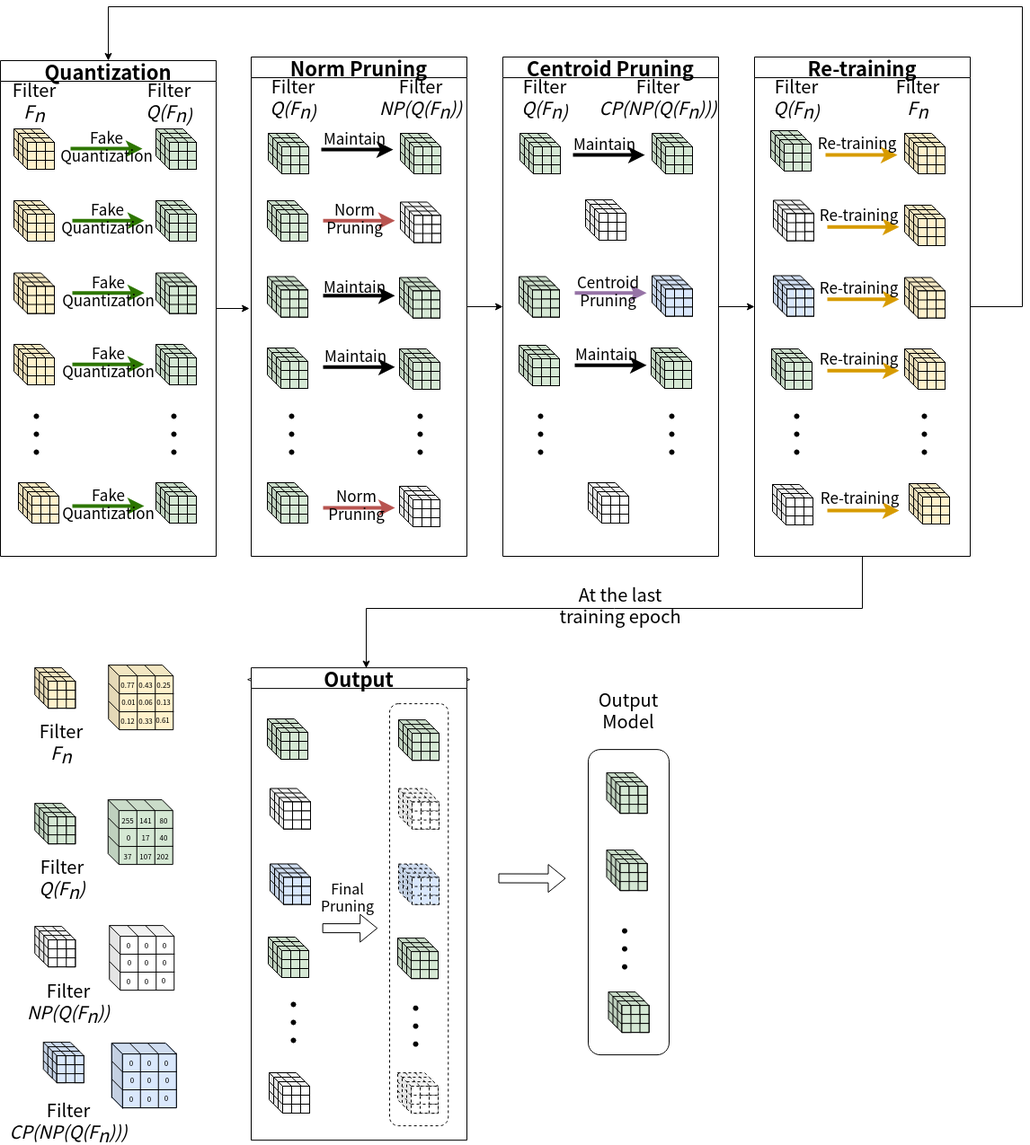
The draw.io diagram Oneshot3.drawio.png in JIANGBOFENG/MY_GIT_Repo, before a commit. Source tidied: cells renumbered, new cells last; positions are measured from the earlier drawing's top-left corner, leaving out a move shared by most shapes.
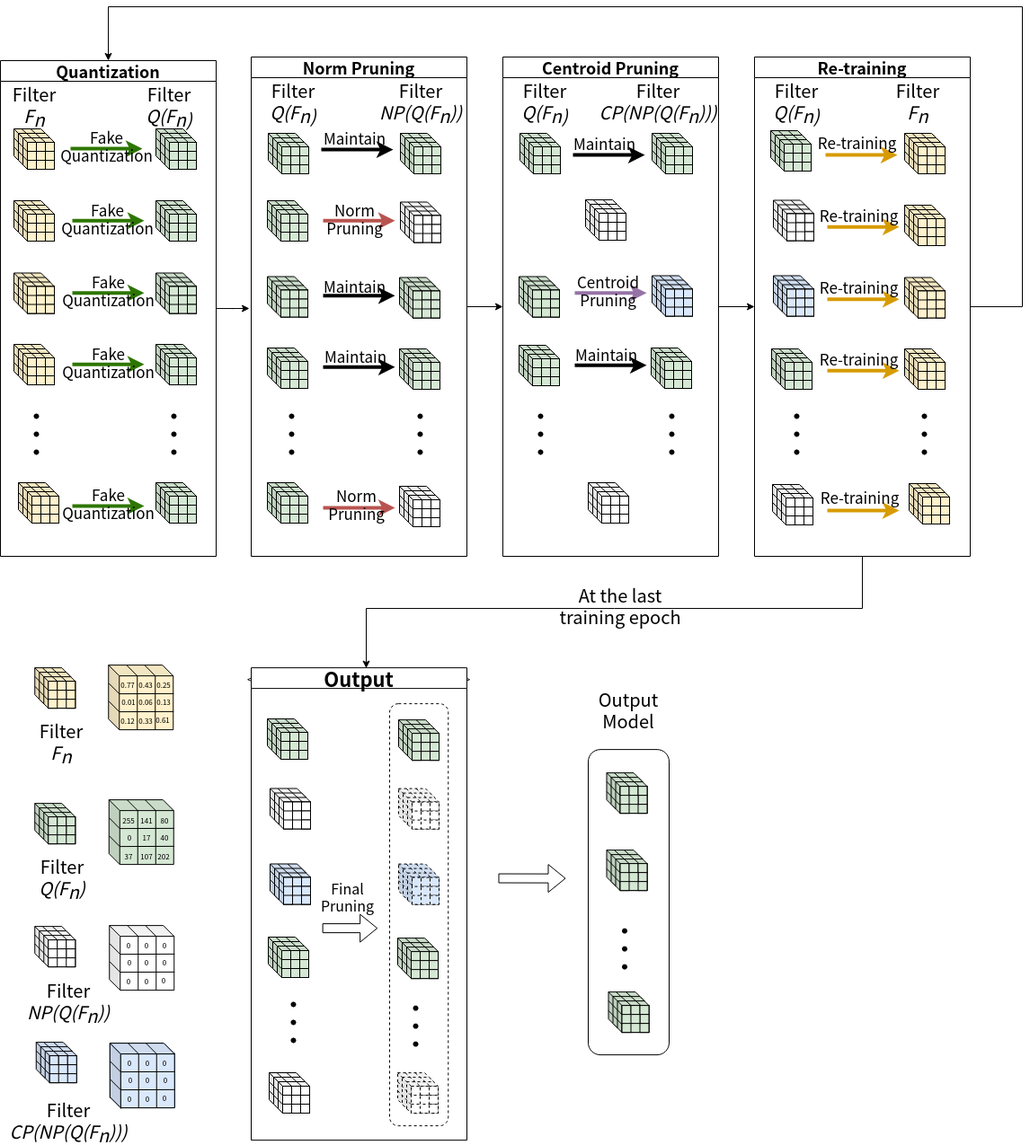
After the commit.

What changed in the source:
```diff
@@ -7,7 +7,7 @@
         <mxPoint x="277" y="336" as="targetPoint" />
       </mxGeometry>
     </mxCell>
-    <mxCell id="3" value="Quantization" style="swimlane;fontSize=22;startSize=23;" parent="1" vertex="1">
+    <mxCell id="3" value="Quantization" style="swimlane;fontSize=18;startSize=23;" parent="1" vertex="1">
       <mxGeometry y="60" width="240" height="552" as="geometry" />
     </mxCell>
     <mxCell id="4" style="group;strokeColor=none;fillColor=none;fontFamily=Helvetica;fontSize=12;fontColor=default;" parent="3" vertex="1">
@@ -730,10 +730,10 @@
       </mxGeometry>
     </mxCell>
     <mxCell id="192" value="Filter &lt;i style=&quot;font-size: 20px;&quot;&gt;F&lt;sub style=&quot;font-size: 20px;&quot;&gt;n&lt;/sub&gt;&lt;/i&gt;&lt;sub style=&quot;font-size: 20px;&quot;&gt;&lt;i style=&quot;font-size: 20px;&quot;&gt;&lt;br style=&quot;font-size: 20px;&quot;&gt;&lt;/i&gt;&lt;/sub&gt;" style="text;html=1;strokeColor=none;fillColor=none;align=center;verticalAlign=middle;whiteSpace=wrap;rounded=0;fontSize=20;fontStyle=0;" parent="3" vertex="1">
-      <mxGeometry x="7.5" y="30" width="60" height="30" as="geometry" />
+      <mxGeometry x="7.5" y="35" width="60" height="30" as="geometry" />
     </mxCell>
     <mxCell id="193" value="Filter &lt;i style=&quot;font-size: 20px;&quot;&gt;Q(F&lt;sub style=&quot;font-size: 20px;&quot;&gt;n)&lt;/sub&gt;&lt;/i&gt;&lt;sub style=&quot;font-size: 20px;&quot;&gt;&lt;i style=&quot;font-size: 20px;&quot;&gt;&lt;br style=&quot;font-size: 20px;&quot;&gt;&lt;/i&gt;&lt;/sub&gt;" style="text;html=1;strokeColor=none;fillColor=none;align=center;verticalAlign=middle;whiteSpace=wrap;rounded=0;fontSize=20;fontStyle=0;" parent="3" vertex="1">
-      <mxGeometry x="150" y="30" width="75.5" height="30" as="geometry" />
+      <mxGeometry x="150" y="35" width="75.5" height="30" as="geometry" />
     </mxCell>
     <mxCell id="194" style="group;" parent="3" vertex="1">
       <mxGeometry x="173" y="167" width="14.8" height="25.2" as="geometry" />
@@ -813,7 +813,7 @@
     <mxCell id="209" style="group;" parent="1" vertex="1">
       <mxGeometry x="279" y="86" width="240" height="526" as="geometry" />
     </mxCell>
-    <mxCell id="210" value="Norm Pruning" style="swimlane;fontSize=22;" parent="209" vertex="1">
+    <mxCell id="210" value="Norm Pruning" style="swimlane;fontSize=18;" parent="209" vertex="1">
       <mxGeometry y="-30" width="240" height="556" as="geometry" />
     </mxCell>
     <mxCell id="211" style="group;" parent="210" vertex="1">
@@ -1119,7 +1119,7 @@
       </mxGeometry>
     </mxCell>
     <mxCell id="288" value="Filter &lt;i style=&quot;font-size: 20px;&quot;&gt;Q(F&lt;sub style=&quot;font-size: 20px;&quot;&gt;n)&lt;/sub&gt;&lt;/i&gt;&lt;sub style=&quot;font-size: 20px;&quot;&gt;&lt;i style=&quot;font-size: 20px;&quot;&gt;&lt;br style=&quot;font-size: 20px;&quot;&gt;&lt;/i&gt;&lt;/sub&gt;" style="text;html=1;strokeColor=none;fillColor=none;align=center;verticalAlign=middle;whiteSpace=wrap;rounded=0;fontSize=20;fontStyle=0;" parent="210" vertex="1">
-      <mxGeometry x="9" y="30" width="75.5" height="30" as="geometry" />
+      <mxGeometry x="9" y="35" width="75.5" height="30" as="geometry" />
     </mxCell>
     <mxCell id="289" style="group;" parent="210" vertex="1">
       <mxGeometry x="166" y="161.5" width="45" height="45" as="geometry" />
@@ -1240,7 +1240,7 @@
       </mxGeometry>
     </mxCell>
     <mxCell id="317" value="Filter &lt;i style=&quot;font-size: 20px;&quot;&gt;NP(&lt;/i&gt;&lt;i style=&quot;font-size: 20px;&quot;&gt;Q(F&lt;sub style=&quot;font-size: 20px;&quot;&gt;n&lt;/sub&gt;&lt;/i&gt;&lt;i style=&quot;font-size: 20px;&quot;&gt;)&lt;/i&gt;&lt;i style=&quot;font-size: 20px;&quot;&gt;)&lt;/i&gt;&lt;sub style=&quot;font-size: 20px;&quot;&gt;&lt;i style=&quot;font-size: 20px;&quot;&gt;&lt;br style=&quot;font-size: 20px;&quot;&gt;&lt;/i&gt;&lt;/sub&gt;" style="text;html=1;strokeColor=none;fillColor=none;align=center;verticalAlign=middle;whiteSpace=wrap;rounded=0;fontSize=20;fontStyle=0;" parent="210" vertex="1">
-      <mxGeometry x="150.8" y="30" width="75.5" height="30" as="geometry" />
+      <mxGeometry x="150.8" y="35" width="75.5" height="30" as="geometry" />
     </mxCell>
     <mxCell id="318" style="group;labelBackgroundColor=none;fontSize=8;" parent="210" vertex="1">
       <mxGeometry x="25" y="380" width="40" height="80" as="geometry" />
@@ -1488,7 +1488,7 @@
     <mxCell id="383" style="group;" parent="1" vertex="1">
       <mxGeometry x="559" y="86" width="240" height="526" as="geometry" />
     </mxCell>
-    <mxCell id="384" value="Centroid Pruning" style="swimlane;fontSize=22;" parent="383" vertex="1">
+    <mxCell id="384" value="Centroid Pruning" style="swimlane;fontSize=18;" parent="383" vertex="1">
       <mxGeometry y="-30" width="240" height="556" as="geometry" />
     </mxCell>
     <mxCell id="385" style="group;" parent="384" vertex="1">
@@ -1814,7 +1814,7 @@
       </mxGeometry>
     </mxCell>
     <mxCell id="468" value="Filter &lt;i style=&quot;font-size: 20px;&quot;&gt;Q(F&lt;sub style=&quot;font-size: 20px;&quot;&gt;n)&lt;/sub&gt;&lt;/i&gt;&lt;sub style=&quot;font-size: 20px;&quot;&gt;&lt;i style=&quot;font-size: 20px;&quot;&gt;&lt;br style=&quot;font-size: 20px;&quot;&gt;&lt;/i&gt;&lt;/sub&gt;" style="text;html=1;strokeColor=none;fillColor=none;align=center;verticalAlign=middle;whiteSpace=wrap;rounded=0;fontSize=20;fontStyle=0;" parent="384" vertex="1">
-      <mxGeometry x="9" y="30" width="75.5" height="30" as="geometry" />
+      <mxGeometry x="9" y="35" width="75.5" height="30" as="geometry" />
     </mxCell>
     <mxCell id="469" style="group;fillColor=none;strokeColor=none;" parent="384" vertex="1">
       <mxGeometry x="166" y="243.5" width="45" height="45" as="geometry" />
@@ -1905,7 +1905,7 @@
       </mxGeometry>
     </mxCell>
     <mxCell id="491" value="Filter &lt;i style=&quot;font-size: 20px;&quot;&gt;CP(NP(&lt;/i&gt;&lt;i style=&quot;font-size: 20px;&quot;&gt;Q(F&lt;sub style=&quot;font-size: 20px;&quot;&gt;n&lt;/sub&gt;&lt;/i&gt;&lt;i style=&quot;font-size: 20px;&quot;&gt;)&lt;/i&gt;&lt;i style=&quot;font-size: 20px;&quot;&gt;))&lt;/i&gt;&lt;sub style=&quot;font-size: 20px;&quot;&gt;&lt;i style=&quot;font-size: 20px;&quot;&gt;&lt;br style=&quot;font-size: 20px;&quot;&gt;&lt;/i&gt;&lt;/sub&gt;" style="text;html=1;strokeColor=none;fillColor=none;align=center;verticalAlign=middle;whiteSpace=wrap;rounded=0;fontSize=20;fontStyle=0;" parent="384" vertex="1">
-      <mxGeometry x="134.8" y="30" width="75.5" height="30" as="geometry" />
+      <mxGeometry x="134.8" y="35" width="75.5" height="30" as="geometry" />
     </mxCell>
     <mxCell id="492" style="group;" parent="383" vertex="1">
       <mxGeometry x="165" y="294" width="45" height="45" as="geometry" />
@@ -2141,7 +2141,7 @@
       </mxGeometry>
     </mxCell>
     <mxCell id="554" style="group;" parent="1" vertex="1">
-      <mxGeometry x="47.8" y="1153.1" width="45" height="45" as="geometry" />
+      <mxGeometry x="39.8" y="1153.1" width="45" height="45" as="geometry" />
     </mxCell>
     <mxCell id="555" style="group;fillColor=none;strokeColor=none;" parent="554" vertex="1">
       <mxGeometry width="45" height="45" as="geometry" />
@@ -2748,7 +2748,7 @@
       <mxGeometry x="13" y="32" width="20" height="10" as="geometry" />
     </mxCell>
     <mxCell id="709" style="group;strokeColor=none;" parent="1" vertex="1">
-      <mxGeometry x="123.8" y="1154.1" width="72.5" height="72" as="geometry" />
+      <mxGeometry x="121.8" y="1154.1" width="72.5" height="72" as="geometry" />
     </mxCell>
     <mxCell id="710" style="group;strokeColor=none;" parent="709" vertex="1">
       <mxGeometry width="72.5" height="72" as="geometry" />
@@ -2832,60 +2832,60 @@
     </mxCell>
     <mxCell id="729" style="endArrow=none;html=1;rounded=0;fontFamily=Times New Roman;fontSize=16;fontColor=default;exitX=0.005;exitY=0.212;exitDx=0;exitDy=0;exitPerimeter=0;" parent="1" edge="1">
       <mxGeometry relative="1" as="geometry">
-        <mxPoint x="124.1" y="1154.4" as="sourcePoint" />
-        <mxPoint x="135.8" y="1166.1" as="targetPoint" />
+        <mxPoint x="122.1" y="1154.4" as="sourcePoint" />
+        <mxPoint x="133.8" y="1166.1" as="targetPoint" />
       </mxGeometry>
     </mxCell>
     <mxCell id="730" style="endArrow=none;html=1;rounded=0;fontFamily=Times New Roman;fontSize=16;fontColor=default;exitX=0.005;exitY=0.212;exitDx=0;exitDy=0;exitPerimeter=0;" parent="1" edge="1">
       <mxGeometry relative="1" as="geometry">
-        <mxPoint x="184.1" y="1154.4" as="sourcePoint" />
-        <mxPoint x="195.8" y="1166.1" as="targetPoint" />
+        <mxPoint x="182.1" y="1154.4" as="sourcePoint" />
+        <mxPoint x="193.8" y="1166.1" as="targetPoint" />
       </mxGeometry>
     </mxCell>
     <mxCell id="731" style="endArrow=none;html=1;rounded=0;strokeColor=default;fontFamily=Times New Roman;fontSize=8;fontColor=default;" parent="1" edge="1">
       <mxGeometry relative="1" as="geometry">
-        <mxPoint x="123.8" y="1154.1" as="sourcePoint" />
-        <mxPoint x="183.8" y="1154.1" as="targetPoint" />
+        <mxPoint x="121.8" y="1154.1" as="sourcePoint" />
+        <mxPoint x="181.8" y="1154.1" as="targetPoint" />
       </mxGeometry>
     </mxCell>
     <mxCell id="732" style="endArrow=none;html=1;rounded=0;strokeColor=default;fontFamily=Times New Roman;fontSize=8;fontColor=default;" parent="1" edge="1">
       <mxGeometry relative="1" as="geometry">
-        <mxPoint x="135.8" y="1166.1" as="sourcePoint" />
-        <mxPoint x="195.8" y="1166.1" as="targetPoint" />
+        <mxPoint x="133.8" y="1166.1" as="sourcePoint" />
+        <mxPoint x="193.8" y="1166.1" as="targetPoint" />
       </mxGeometry>
     </mxCell>
     <mxCell id="733" style="endArrow=none;html=1;rounded=0;strokeColor=default;fontFamily=Times New Roman;fontSize=8;fontColor=default;" parent="1" edge="1">
       <mxGeometry relative="1" as="geometry">
-        <mxPoint x="135.8" y="1226.1" as="sourcePoint" />
-        <mxPoint x="195.8" y="1226.1" as="targetPoint" />
+        <mxPoint x="133.8" y="1226.1" as="sourcePoint" />
+        <mxPoint x="193.8" y="1226.1" as="targetPoint" />
       </mxGeometry>
     </mxCell>
     <mxCell id="734" style="endArrow=none;html=1;rounded=0;strokeColor=default;fontFamily=Times New Roman;fontSize=8;fontColor=default;exitX=1.002;exitY=1.014;exitDx=0;exitDy=0;exitPerimeter=0;" parent="1" edge="1">
       <mxGeometry relative="1" as="geometry">
-        <mxPoint x="195.9" y="1226.1" as="sourcePoint" />
-        <mxPoint x="195.8" y="1165.1" as="targetPoint" />
+        <mxPoint x="193.9" y="1226.1" as="sourcePoint" />
+        <mxPoint x="193.8" y="1165.1" as="targetPoint" />
       </mxGeometry>
     </mxCell>
     <mxCell id="735" style="endArrow=none;html=1;rounded=0;strokeColor=default;fontFamily=Times New Roman;fontSize=8;fontColor=default;exitX=1.002;exitY=1.014;exitDx=0;exitDy=0;exitPerimeter=0;" parent="1" edge="1">
       <mxGeometry relative="1" as="geometry">
-        <mxPoint x="135.9" y="1227.1" as="sourcePoint" />
-        <mxPoint x="135.8" y="1166.1" as="targetPoint" />
+        <mxPoint x="133.9" y="1227.1" as="sourcePoint" />
+        <mxPoint x="133.8" y="1166.1" as="targetPoint" />
       </mxGeometry>
     </mxCell>
     <mxCell id="736" style="endArrow=none;html=1;rounded=0;strokeColor=default;fontFamily=Times New Roman;fontSize=8;fontColor=default;exitX=1.002;exitY=1.014;exitDx=0;exitDy=0;exitPerimeter=0;" parent="1" edge="1">
       <mxGeometry relative="1" as="geometry">
-        <mxPoint x="123.9" y="1215.1" as="sourcePoint" />
-        <mxPoint x="123.8" y="1154.1" as="targetPoint" />
+        <mxPoint x="121.9" y="1215.1" as="sourcePoint" />
+        <mxPoint x="121.8" y="1154.1" as="targetPoint" />
       </mxGeometry>
     </mxCell>
     <mxCell id="737" style="endArrow=none;html=1;rounded=0;fontFamily=Times New Roman;fontSize=16;fontColor=default;exitX=0.005;exitY=0.212;exitDx=0;exitDy=0;exitPerimeter=0;" parent="1" edge="1">
       <mxGeometry relative="1" as="geometry">
-        <mxPoint x="124.1" y="1214.4" as="sourcePoint" />
-        <mxPoint x="135.8" y="1226.1" as="targetPoint" />
+        <mxPoint x="122.1" y="1214.4" as="sourcePoint" />
+        <mxPoint x="133.8" y="1226.1" as="targetPoint" />
       </mxGeometry>
     </mxCell>
     <mxCell id="738" style="group;fillColor=#FFFFFF;strokeColor=none;" parent="1" vertex="1">
-      <mxGeometry x="119.8" y="883.1" width="72.5" height="72" as="geometry" />
+      <mxGeometry x="120.8" y="883.1" width="72.5" height="72" as="geometry" />
     </mxCell>
     <mxCell id="739" style="shape=cube;whiteSpace=wrap;html=1;boundedLbl=1;backgroundOutline=1;darkOpacity=0.05;darkOpacity2=0.1;fontFamily=Times New Roman;fontSize=16;fillColor=#d5e8d4;size=12;strokeColor=#000000;" parent="738" vertex="1">
       <mxGeometry width="72" height="72" as="geometry" />
@@ -2938,31 +2938,31 @@
       </mxGeometry>
     </mxCell>
     <mxCell id="748" value="&lt;font style=&quot;font-size: 8px;&quot;&gt;255&lt;/font&gt;" style="text;html=1;strokeColor=none;fillColor=none;align=center;verticalAlign=middle;whiteSpace=wrap;rounded=0;fontFamily=Times New Roman;fontSize=16;fontColor=default;" parent="1" vertex="1">
-      <mxGeometry x="132.2" y="897.1" width="20" height="10" as="geometry" />
+      <mxGeometry x="133.2" y="897.1" width="20" height="10" as="geometry" />
     </mxCell>
     <mxCell id="749" value="&lt;font style=&quot;font-size: 8px;&quot;&gt;80&lt;/font&gt;" style="text;html=1;strokeColor=none;fillColor=none;align=center;verticalAlign=middle;whiteSpace=wrap;rounded=0;fontFamily=Times New Roman;fontSize=16;fontColor=default;" parent="1" vertex="1">
-      <mxGeometry x="171.8" y="897.1" width="20" height="10" as="geometry" />
+      <mxGeometry x="172.8" y="897.1" width="20" height="10" as="geometry" />
     </mxCell>
     <mxCell id="750" value="&lt;font style=&quot;font-size: 8px;&quot;&gt;141&lt;/font&gt;" style="text;html=1;strokeColor=none;fillColor=none;align=center;verticalAlign=middle;whiteSpace=wrap;rounded=0;fontFamily=Times New Roman;fontSize=16;fontColor=default;" parent="1" vertex="1">
-      <mxGeometry x="152.2" y="897.1" width="20" height="10" as="geometry" />
+      <mxGeometry x="153.2" y="897.1" width="20" height="10" as="geometry" />
     </mxCell>
     <mxCell id="751" value="&lt;font style=&quot;font-size: 8px;&quot;&gt;17&lt;/font&gt;" style="text;html=1;strokeColor=none;fillColor=none;align=center;verticalAlign=middle;whiteSpace=wrap;rounded=0;fontFamily=Times New Roman;fontSize=16;fontColor=default;" parent="1" vertex="1">
-      <mxGeometry x="152.2" y="916.1" width="20" height="10" as="geometry" />
+      <mxGeometry x="153.2" y="916.1" width="20" height="10" as="geometry" />
     </mxCell>
     <mxCell id="752" value="&lt;font style=&quot;font-size: 8px;&quot;&gt;202&lt;/font&gt;" style="text;html=1;strokeColor=none;fillColor=none;align=center;verticalAlign=middle;whiteSpace=wrap;rounded=0;fontFamily=Times New Roman;fontSize=16;fontColor=default;" parent="1" vertex="1">
-      <mxGeometry x="171.2" y="937.1" width="20" height="10" as="geometry" />
+      <mxGeometry x="172.2" y="937.1" width="20" height="10" as="geometry" />
     </mxCell>
     <mxCell id="753" value="&lt;font style=&quot;font-size: 8px;&quot;&gt;107&lt;/font&gt;" style="text;html=1;strokeColor=none;fillColor=none;align=center;verticalAlign=middle;whiteSpace=wrap;rounded=0;fontFamily=Times New Roman;fontSize=16;fontColor=default;" parent="1" vertex="1">
-      <mxGeometry x="152.2" y="937.1" width="20" height="10" as="geometry" />
+      <mxGeometry x="153.2" y="937.1" width="20" height="10" as="geometry" />
     </mxCell>
     <mxCell id="754" value="&lt;font style=&quot;font-size: 8px;&quot;&gt;37&lt;/font&gt;" style="text;html=1;strokeColor=none;fillColor=none;align=center;verticalAlign=middle;whiteSpace=wrap;rounded=0;fontFamily=Times New Roman;fontSize=16;fontColor=default;" parent="1" vertex="1">
-      <mxGeometry x="132.2" y="937.1" width="20" height="10" as="geometry" />
+      <mxGeometry x="133.2" y="937.1" width="20" height="10" as="geometry" />
     </mxCell>
     <mxCell id="755" value="&lt;font style=&quot;font-size: 8px;&quot;&gt;40&lt;/font&gt;" style="text;html=1;strokeColor=none;fillColor=none;align=center;verticalAlign=middle;whiteSpace=wrap;rounded=0;fontFamily=Times New Roman;fontSize=16;fontColor=default;" parent="1" vertex="1">
-      <mxGeometry x="172.2" y="916.1" width="20" height="10" as="geometry" />
+      <mxGeometry x="173.2" y="916.1" width="20" height="10" as="geometry" />
     </mxCell>
     <mxCell id="756" value="&lt;font style=&quot;font-size: 8px;&quot;&gt;0&lt;/font&gt;" style="text;html=1;strokeColor=none;fillColor=none;align=center;verticalAlign=middle;whiteSpace=wrap;rounded=0;fontFamily=Times New Roman;fontSize=16;fontColor=default;" parent="1" vertex="1">
-      <mxGeometry x="133.2" y="916.1" width="20" height="10" as="geometry" />
+      <mxGeometry x="134.2" y="916.1" width="20" height="10" as="geometry" />
     </mxCell>
     <mxCell id="757" value="Filter &lt;i style=&quot;font-size: 20px;&quot;&gt;NP(&lt;/i&gt;&lt;i style=&quot;font-size: 20px;&quot;&gt;Q(F&lt;sub style=&quot;font-size: 20px;&quot;&gt;n&lt;/sub&gt;&lt;/i&gt;&lt;i style=&quot;font-size: 20px;&quot;&gt;)&lt;/i&gt;&lt;i style=&quot;font-size: 20px;&quot;&gt;)&lt;/i&gt;&lt;sub style=&quot;font-size: 20px;&quot;&gt;&lt;i style=&quot;font-size: 20px;&quot;&gt;&lt;br style=&quot;font-size: 20px;&quot;&gt;&lt;/i&gt;&lt;/sub&gt;" style="text;html=1;strokeColor=none;fillColor=none;align=center;verticalAlign=middle;whiteSpace=wrap;rounded=0;fontSize=20;fontStyle=0;" parent="1" vertex="1">
       <mxGeometry x="38.2" y="1093.1" width="75.5" height="30" as="geometry" />
@@ -2976,7 +2976,7 @@
     <mxCell id="760" style="group;" parent="759" vertex="1">
       <mxGeometry width="240" height="526" as="geometry" />
     </mxCell>
-    <mxCell id="761" value="Re-training" style="swimlane;fontSize=22;" parent="760" vertex="1">
+    <mxCell id="761" value="Re-training" style="swimlane;fontSize=18;" parent="760" vertex="1">
       <mxGeometry y="-30" width="240" height="556" as="geometry" />
     </mxCell>
     <mxCell id="762" style="endArrow=classic;html=1;rounded=0;strokeColor=#d79b00;fontFamily=Times New Roman;fontSize=8;fontColor=default;fillColor=#ffe6cc;strokeWidth=4;" parent="761" edge="1">
@@ -3035,7 +3035,7 @@
       </mxGeometry>
     </mxCell>
     <mxCell id="772" value="Filter &lt;i style=&quot;font-size: 20px;&quot;&gt;Q(F&lt;sub style=&quot;font-size: 20px;&quot;&gt;n)&lt;/sub&gt;&lt;/i&gt;&lt;sub style=&quot;font-size: 20px;&quot;&gt;&lt;i style=&quot;font-size: 20px;&quot;&gt;&lt;br style=&quot;font-size: 20px;&quot;&gt;&lt;/i&gt;&lt;/sub&gt;" style="text;html=1;strokeColor=none;fillColor=none;align=center;verticalAlign=middle;whiteSpace=wrap;rounded=0;fontSize=20;fontStyle=0;" parent="761" vertex="1">
-      <mxGeometry x="9" y="30" width="75.5" height="30" as="geometry" />
+      <mxGeometry x="9" y="35" width="75.5" height="30" as="geometry" />
     </mxCell>
     <mxCell id="773" style="group;" parent="761" vertex="1">
       <mxGeometry x="21" y="159.5" width="45" height="45" as="geometry" />
@@ -3184,7 +3184,7 @@
       </mxGeometry>
     </mxCell>
     <mxCell id="811" value="Filter &lt;i style=&quot;font-size: 20px;&quot;&gt;F&lt;sub style=&quot;font-size: 20px;&quot;&gt;n&lt;/sub&gt;&lt;/i&gt;&lt;sub style=&quot;font-size: 20px;&quot;&gt;&lt;i style=&quot;font-size: 20px;&quot;&gt;&lt;br style=&quot;font-size: 20px;&quot;&gt;&lt;/i&gt;&lt;/sub&gt;" style="text;html=1;strokeColor=none;fillColor=none;align=center;verticalAlign=middle;whiteSpace=wrap;rounded=0;fontSize=20;fontStyle=0;" parent="761" vertex="1">
-      <mxGeometry x="152" y="30" width="60" height="30" as="geometry" />
+      <mxGeometry x="152" y="35" width="60" height="30" as="geometry" />
     </mxCell>
     <mxCell id="812" style="group;labelBackgroundColor=none;fontSize=8;" parent="761" vertex="1">
       <mxGeometry x="18" y="82" width="45" height="45" as="geometry" />
```
